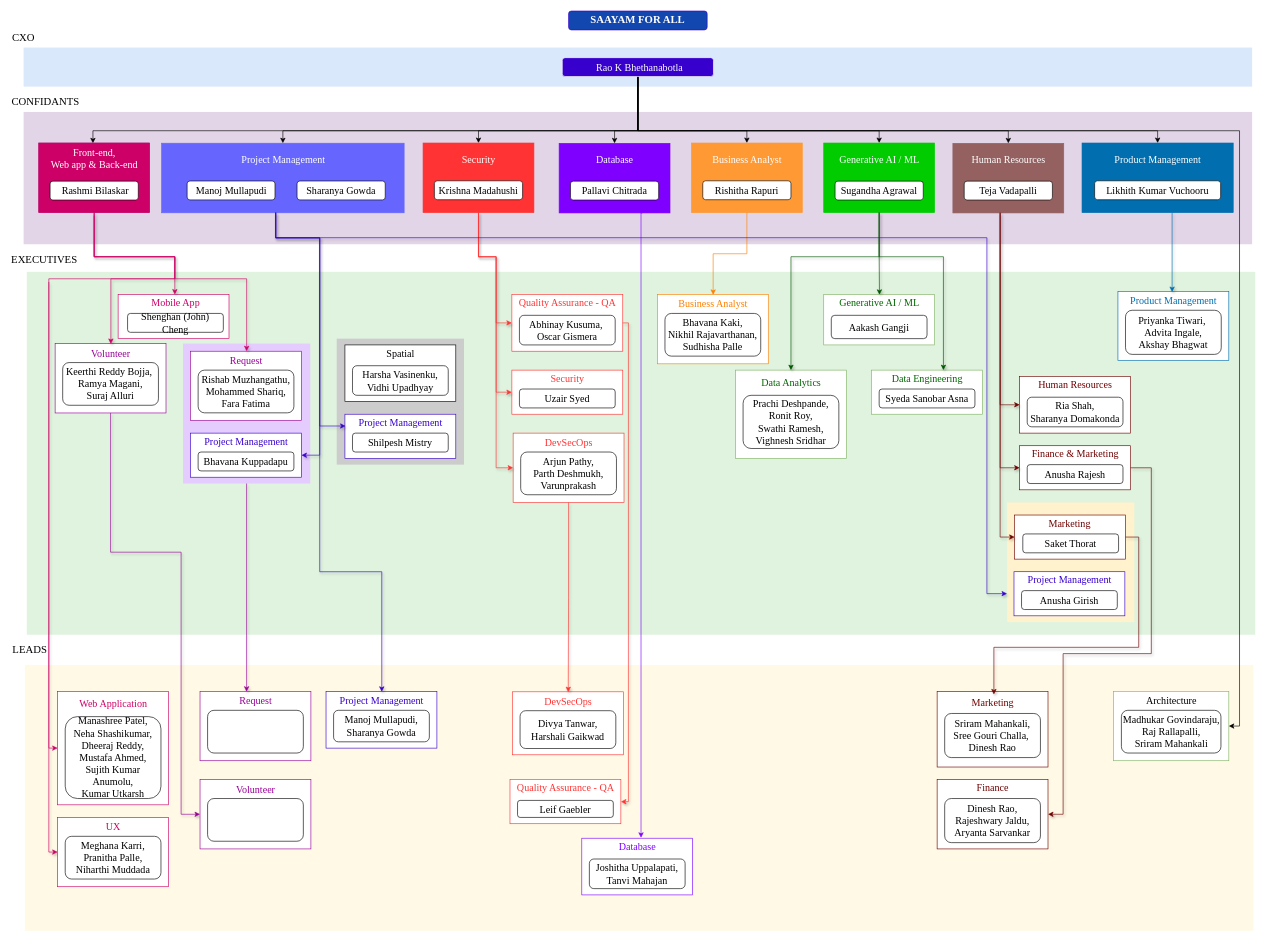
Above: saayam_organizationchart.drawio in PallaviChitrada10/PallaviChitrada10 (draw.io), before the change. Source tidied: cells renumbered, new cells numbered last; positions are measured from the earlier drawing's top-left corner, leaving out a move shared by most shapes. Both pictures are drawn from the tidied source at 63%, with x=0, y=0 at pixel (11, 11).
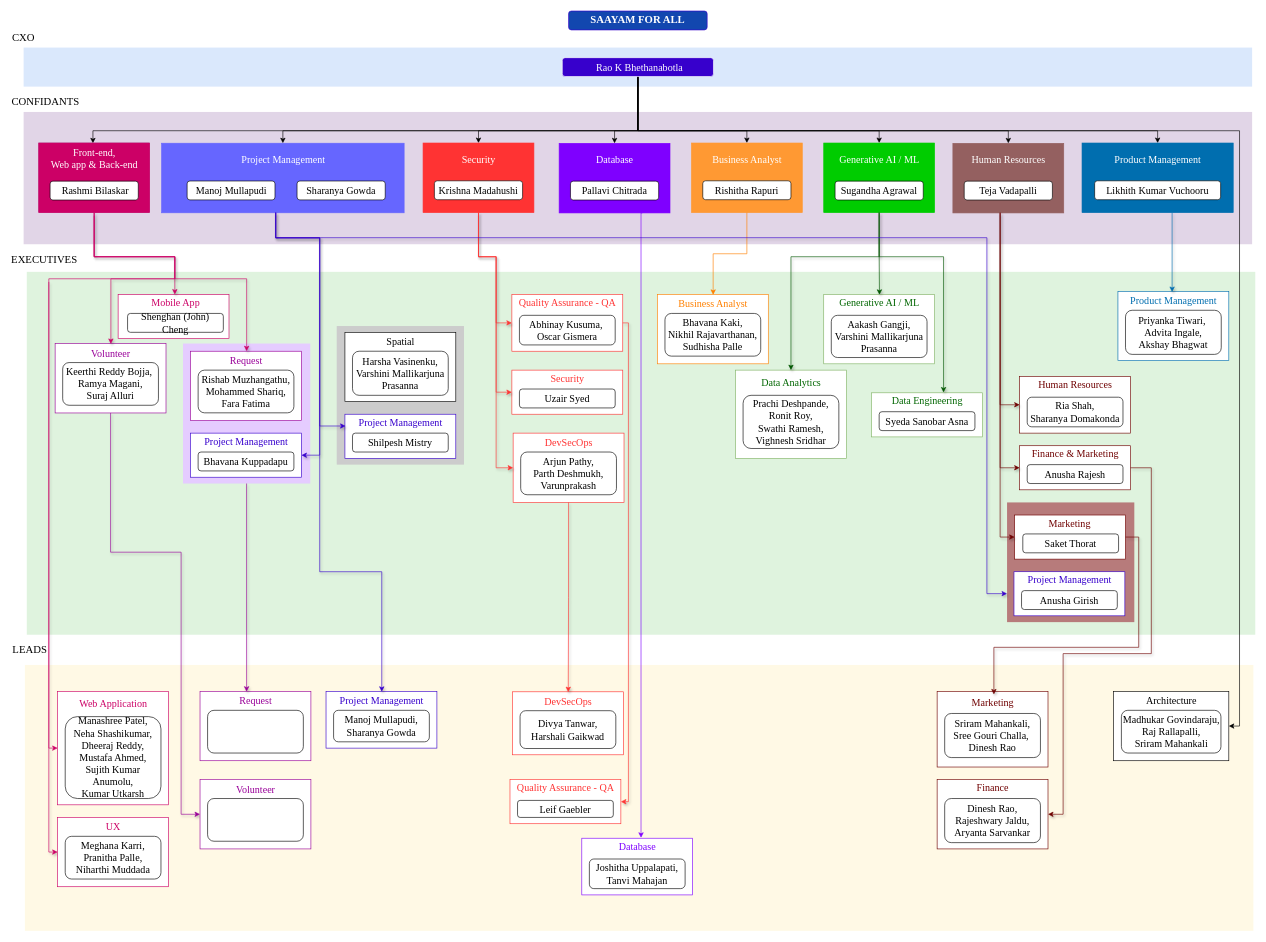
The same diagram, later.

Unchanged cells that the change refers to:
```xml
<mxCell id="42" style="rounded=0;whiteSpace=wrap;html=1;strokeColor=#00CC00;fillColor=light-dark(#00CC00,#1F2F1E);fontFamily=Garamond;" parent="41" vertex="1">
  <mxGeometry width="176" height="110.5" as="geometry" />
</mxCell>
<mxCell id="100" style="group;" parent="1" vertex="1">
  <mxGeometry x="530" y="530" width="189" height="212.2" as="geometry" />
</mxCell>
<mxCell id="116" style="group;" parent="1" vertex="1">
  <mxGeometry x="1581" y="800" width="202" height="180" as="geometry" />
</mxCell>
<mxCell id="139" value="&lt;font face=&quot;Garamond&quot; style=&quot;color: rgb(0, 102, 0);&quot;&gt;&lt;span style=&quot;font-size: 16px;&quot;&gt;Data Engineering&lt;/span&gt;&lt;/font&gt;" style="text;html=1;whiteSpace=wrap;strokeColor=none;fillColor=none;align=center;verticalAlign=middle;rounded=0;" parent="137" vertex="1">
  <mxGeometry x="1" y="0.4" width="175" height="24.4" as="geometry" />
</mxCell>
<mxCell id="192" style="group;" parent="1" vertex="1">
  <mxGeometry x="1750" y="1080" width="183" height="110" as="geometry" />
</mxCell>
```

Diff of the diagram source:
```diff
@@
     <mxCell id="95" style="group;" parent="1" vertex="1">
-      <mxGeometry x="1290" y="450" width="176" height="90" as="geometry" />
+      <mxGeometry x="1290" y="450" width="176" height="110" as="geometry" />
     </mxCell>
     <mxCell id="96" style="rounded=0;whiteSpace=wrap;html=1;strokeColor=#82b366;fillColor=light-dark(#ffffff, #1f2f1e);fontFamily=Garamond;" parent="95" vertex="1">
-      <mxGeometry width="176" height="80" as="geometry" />
+      <mxGeometry width="176" height="110" as="geometry" />
     </mxCell>
@@
-    <mxCell id="99" value="&lt;span style=&quot;font-size: 16px;&quot;&gt;Aakash Gangji&lt;/span&gt;" style="rounded=1;whiteSpace=wrap;html=1;fontFamily=Garamond;align=center;" parent="95" vertex="1">
-      <mxGeometry x="12" y="33" width="152" height="37" as="geometry" />
+    <mxCell id="99" value="&lt;span style=&quot;font-size: 16px;&quot;&gt;Aakash Gangji,&lt;/span&gt;&lt;div&gt;&lt;div style=&quot;&quot;&gt;&lt;span style=&quot;font-size: 16px;&quot;&gt;Varshini Mallikarjuna&lt;/span&gt;&lt;/div&gt;&lt;div style=&quot;&quot;&gt;&lt;span style=&quot;font-size: 16px;&quot;&gt;Prasanna&lt;/span&gt;&lt;/div&gt;&lt;/div&gt;" style="rounded=1;whiteSpace=wrap;html=1;fontFamily=Garamond;align=center;" parent="95" vertex="1">
+      <mxGeometry x="12" y="33" width="152" height="67" as="geometry" />
     </mxCell>
@@
     <mxCell id="101" style="rounded=0;whiteSpace=wrap;html=1;strokeColor=none;fillColor=#CCCCCC;fontFamily=Garamond;" parent="100" vertex="1">
-      <mxGeometry x="-13" y="-10" width="202" height="200" as="geometry" />
+      <mxGeometry x="-13" y="-30" width="202" height="220" as="geometry" />
     </mxCell>
     <mxCell id="102" style="rounded=0;whiteSpace=wrap;html=1;strokeColor=#000000;fillColor=light-dark(#ffffff, #1f2f1e);fontFamily=Garamond;" parent="100" vertex="1">
-      <mxGeometry width="176" height="90" as="geometry" />
+      <mxGeometry y="-20" width="176" height="110" as="geometry" />
     </mxCell>
     <mxCell id="103" value="&lt;font face=&quot;Garamond&quot;&gt;&lt;span style=&quot;font-size: 16px;&quot;&gt;Spatial&lt;/span&gt;&lt;/font&gt;" style="text;html=1;whiteSpace=wrap;strokeColor=none;fillColor=none;align=center;verticalAlign=middle;rounded=0;" parent="100" vertex="1">
-      <mxGeometry x="1" y="0.4" width="175" height="24.4" as="geometry" />
+      <mxGeometry x="1" y="-18.6" width="175" height="24.4" as="geometry" />
     </mxCell>
@@
-    <mxCell id="105" value="&lt;span style=&quot;font-size: 16px;&quot;&gt;Harsha Vasinenku,&lt;/span&gt;&lt;div&gt;&lt;span style=&quot;font-size: 16px;&quot;&gt;Vidhi Upadhyay&lt;/span&gt;&lt;/div&gt;" style="rounded=1;whiteSpace=wrap;html=1;fontFamily=Garamond;align=center;" parent="100" vertex="1">
-      <mxGeometry x="12" y="33" width="152" height="47" as="geometry" />
+    <mxCell id="105" value="&lt;span style=&quot;font-size: 16px;&quot;&gt;Harsha Vasinenku,&lt;/span&gt;&lt;div&gt;&lt;div&gt;&lt;span style=&quot;font-size: 16px;&quot;&gt;Varshini Mallikarjuna&lt;/span&gt;&lt;/div&gt;&lt;div&gt;&lt;span style=&quot;font-size: 16px;&quot;&gt;Prasanna&lt;/span&gt;&lt;/div&gt;&lt;/div&gt;" style="rounded=1;whiteSpace=wrap;html=1;fontFamily=Garamond;align=center;" parent="100" vertex="1">
+      <mxGeometry x="12" y="10" width="152" height="70" as="geometry" />
     </mxCell>
@@
-    <mxCell id="117" style="rounded=0;whiteSpace=wrap;html=1;strokeColor=none;fillColor=#FFF2CC;fontFamily=Garamond;" parent="116" vertex="1">
+    <mxCell id="117" style="rounded=0;whiteSpace=wrap;html=1;strokeColor=none;fillColor=light-dark(#b77b7b, #ffc5c5);fontFamily=Garamond;" parent="116" vertex="1">
       <mxGeometry y="-20" width="202" height="190" as="geometry" />
     </mxCell>
@@
     <mxCell id="137" style="group;" parent="1" vertex="1">
-      <mxGeometry x="1366" y="570" width="176" height="90" as="geometry" />
+      <mxGeometry x="1366" y="606" width="176" height="90" as="geometry" />
     </mxCell>
@@
-    <mxCell id="155" style="edgeStyle=orthogonalEdgeStyle;rounded=0;jettySize=auto;html=1;exitX=0.5;exitY=1;exitDx=0;exitDy=0;strokeColor=#005700;fillColor=#008a00;shadow=1;" parent="1" edge="1" source="42">
+    <mxCell id="155" style="edgeStyle=orthogonalEdgeStyle;rounded=0;jettySize=auto;html=1;exitX=0.5;exitY=1;exitDx=0;exitDy=0;strokeColor=#005700;fillColor=#008a00;shadow=1;entryX=0.647;entryY=-0.038;entryDx=0;entryDy=0;entryPerimeter=0;" parent="1" edge="1" source="42" target="139">
       <mxGeometry relative="1" as="geometry">
-        <mxPoint x="1480" y="570" as="targetPoint" />
         <Array as="points">
           <mxPoint x="1378" y="390" />
           <mxPoint x="1480" y="390" />
-          <mxPoint x="1480" y="570" />
         </Array>
       </mxGeometry>
     </mxCell>
@@
-    <mxCell id="193" style="rounded=0;whiteSpace=wrap;html=1;strokeColor=#82b366;fillColor=light-dark(#ffffff, #1f2f1e);fontFamily=Garamond;" parent="192" vertex="1">
+    <mxCell id="193" style="rounded=0;whiteSpace=wrap;html=1;strokeColor=#000000;fillColor=light-dark(#ffffff, #1f2f1e);fontFamily=Garamond;" parent="192" vertex="1">
       <mxGeometry width="183" height="110" as="geometry" />
     </mxCell>
```
